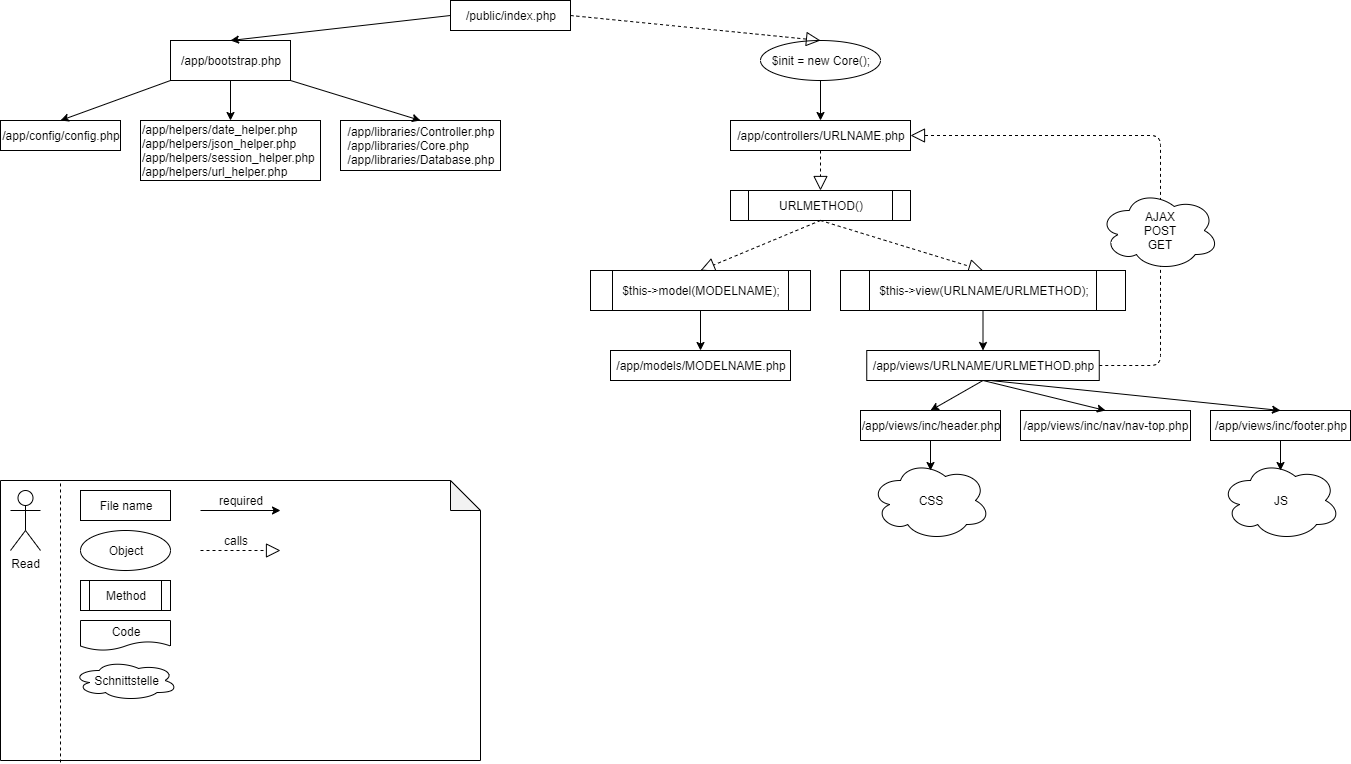
This is dev/draw.io/file_dependencies.png from Bolkun/php-blog-engine, a draw.io export, as it was before one commit. Source tidied: cells renumbered, new cells last; positions are measured from the earlier drawing's top-left corner, leaving out a move shared by most shapes.
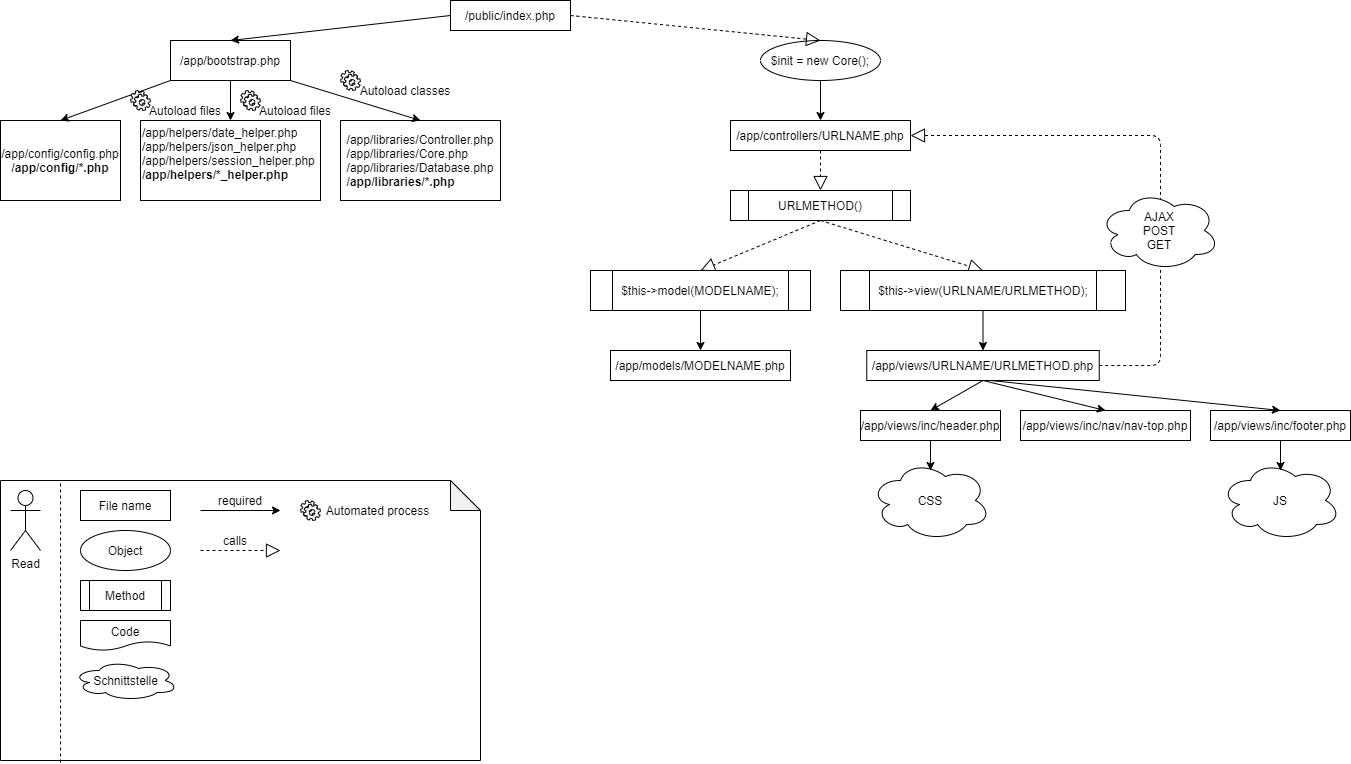
After the change.

Commit message:
autoload config and helpers dir

Diff of the diagram source:
```diff
@@ -8,14 +8,14 @@
     <mxCell id="3" value="/app/bootstrap.php" style="rounded=0;whiteSpace=wrap;html=1;" parent="1" vertex="1">
       <mxGeometry x="170" y="40" width="120" height="40" as="geometry" />
     </mxCell>
-    <mxCell id="4" value="/app/config/config.php" style="rounded=0;whiteSpace=wrap;html=1;" parent="1" vertex="1">
-      <mxGeometry y="120" width="120" height="30" as="geometry" />
+    <mxCell id="4" value="/app/config/config.php&lt;br&gt;&lt;b&gt;/app/config/*.php&lt;/b&gt;" style="rounded=0;whiteSpace=wrap;html=1;" parent="1" vertex="1">
+      <mxGeometry y="120" width="120" height="80" as="geometry" />
     </mxCell>
-    <mxCell id="5" value="/app/helpers/date_helper.php&lt;br&gt;/app/helpers/json_helper.php&lt;br&gt;/app/helpers/session_helper.php&lt;br&gt;&lt;span style=&quot;text-align: center&quot;&gt;/app/helpers/url_helper.php&lt;/span&gt;" style="rounded=0;whiteSpace=wrap;html=1;align=left;" parent="1" vertex="1">
-      <mxGeometry x="140" y="120" width="180" height="60" as="geometry" />
+    <mxCell id="5" value="/app/helpers/date_helper.php&lt;br&gt;/app/helpers/json_helper.php&lt;br&gt;/app/helpers/session_helper.php&lt;br&gt;&lt;span style=&quot;text-align: center&quot;&gt;&lt;b&gt;/app/helpers/*_helper.php&lt;/b&gt;&lt;br&gt;&lt;br&gt;&lt;/span&gt;" style="rounded=0;whiteSpace=wrap;html=1;align=left;" parent="1" vertex="1">
+      <mxGeometry x="140" y="120" width="180" height="80" as="geometry" />
     </mxCell>
-    <mxCell id="6" value="&lt;div style=&quot;text-align: left&quot;&gt;&lt;span&gt;/app/libraries/Controller.php&lt;/span&gt;&lt;/div&gt;&lt;div style=&quot;text-align: left&quot;&gt;&lt;span&gt;/app/libraries/Core.php&lt;/span&gt;&lt;/div&gt;&lt;div style=&quot;text-align: left&quot;&gt;&lt;span&gt;/app/libraries/Database.php&lt;/span&gt;&lt;/div&gt;" style="rounded=0;whiteSpace=wrap;html=1;" parent="1" vertex="1">
-      <mxGeometry x="340" y="120" width="160" height="50" as="geometry" />
+    <mxCell id="6" value="&lt;div style=&quot;text-align: left&quot;&gt;&lt;span&gt;/app/libraries/Controller.php&lt;/span&gt;&lt;/div&gt;&lt;div style=&quot;text-align: left&quot;&gt;&lt;span&gt;/app/libraries/Core.php&lt;/span&gt;&lt;/div&gt;&lt;div style=&quot;text-align: left&quot;&gt;&lt;span&gt;/app/libraries/Database.php&lt;/span&gt;&lt;/div&gt;&lt;div style=&quot;text-align: left&quot;&gt;&lt;span&gt;&lt;b&gt;/app/libraries/*.php&lt;/b&gt;&lt;/span&gt;&lt;/div&gt;" style="rounded=0;whiteSpace=wrap;html=1;" parent="1" vertex="1">
+      <mxGeometry x="340" y="120" width="160" height="80" as="geometry" />
     </mxCell>
     <mxCell id="7" style="endArrow=classic;html=1;entryX=0.5;entryY=0;entryDx=0;entryDy=0;exitX=0;exitY=0.5;exitDx=0;exitDy=0;" parent="1" edge="1" source="2" target="3">
       <mxGeometry relative="1" as="geometry" />
@@ -156,5 +156,29 @@
     <mxCell id="48" value="AJAX&lt;br&gt;POST&lt;br&gt;GET" style="ellipse;shape=cloud;whiteSpace=wrap;html=1;fillColor=#FFFFFF;" parent="1" vertex="1">
       <mxGeometry x="1098.8" y="190" width="120" height="80" as="geometry" />
     </mxCell>
+    <mxCell id="49" style="shape=mxgraph.bpmn.service_task;html=1;" parent="1" vertex="1">
+      <mxGeometry x="240" y="90" width="20" height="20" as="geometry" />
+    </mxCell>
+    <mxCell id="50" style="shape=mxgraph.bpmn.service_task;html=1;" parent="1" vertex="1">
+      <mxGeometry x="300" y="500" width="20" height="20" as="geometry" />
+    </mxCell>
+    <mxCell id="51" value="Autoload files" style="text;html=1;strokeColor=none;fillColor=none;align=center;verticalAlign=middle;whiteSpace=wrap;rounded=0;" parent="1" vertex="1">
+      <mxGeometry x="250" y="100" width="90" height="20" as="geometry" />
+    </mxCell>
+    <mxCell id="52" style="shape=mxgraph.bpmn.service_task;html=1;" parent="1" vertex="1">
+      <mxGeometry x="340" y="70" width="20" height="20" as="geometry" />
+    </mxCell>
+    <mxCell id="53" value="Autoload classes" style="text;html=1;strokeColor=none;fillColor=none;align=center;verticalAlign=middle;whiteSpace=wrap;rounded=0;" parent="1" vertex="1">
+      <mxGeometry x="350" y="80" width="110" height="20" as="geometry" />
+    </mxCell>
+    <mxCell id="54" value="Autoload files" style="text;html=1;strokeColor=none;fillColor=none;align=center;verticalAlign=middle;whiteSpace=wrap;rounded=0;" parent="1" vertex="1">
+      <mxGeometry x="140" y="100" width="90" height="20" as="geometry" />
+    </mxCell>
+    <mxCell id="55" style="shape=mxgraph.bpmn.service_task;html=1;" parent="1" vertex="1">
+      <mxGeometry x="130" y="90" width="20" height="20" as="geometry" />
+    </mxCell>
+    <mxCell id="56" value="Automated process" style="text;html=1;strokeColor=none;fillColor=none;align=center;verticalAlign=middle;whiteSpace=wrap;rounded=0;" parent="1" vertex="1">
+      <mxGeometry x="320" y="500" width="115" height="20" as="geometry" />
+    </mxCell>
   </root>
 </mxGraphModel>
```
